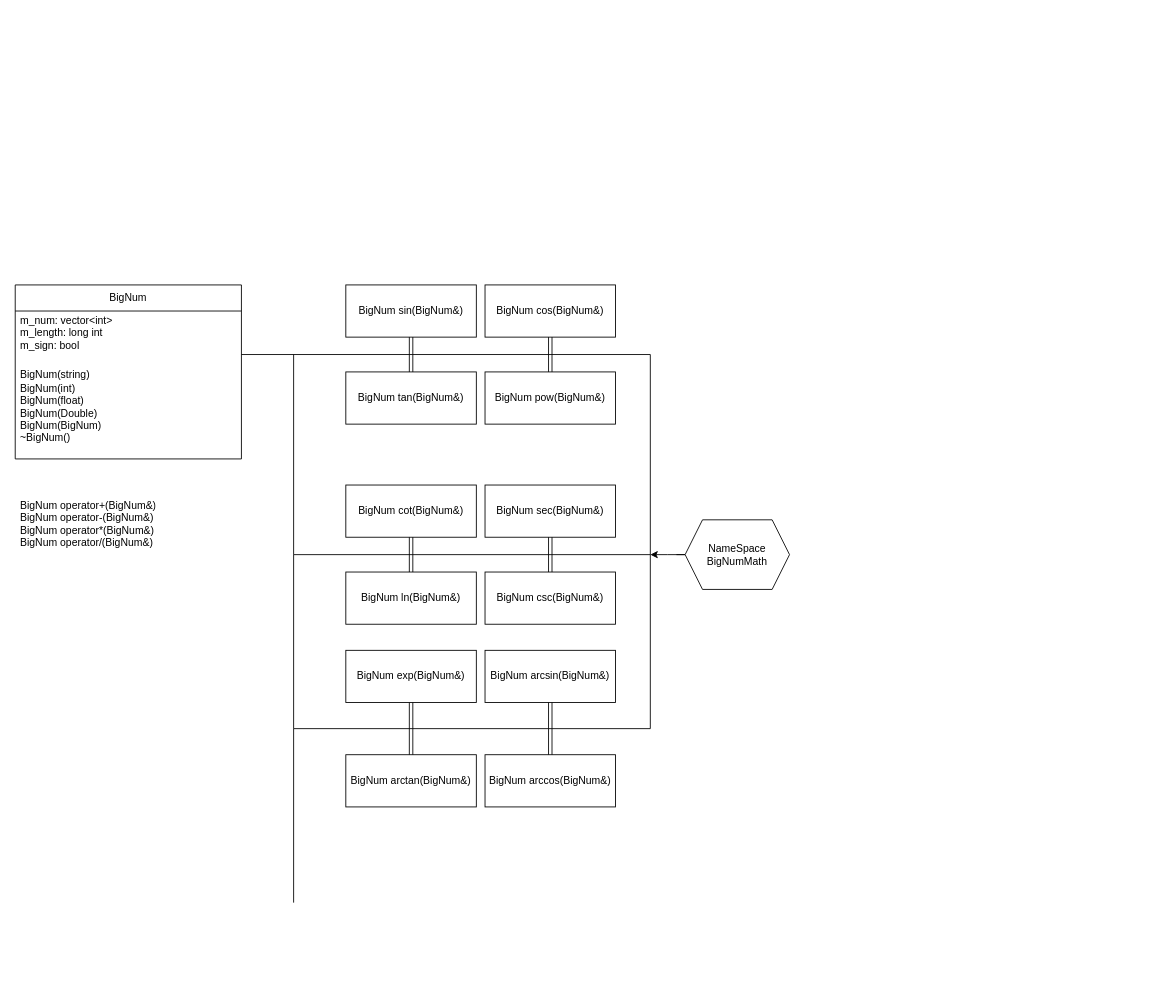
Above: calculator.drawio in Aersuy/Aersuy.github.io (draw.io), before the change. Source tidied: cells renumbered, new cells numbered last; positions are measured from the earlier drawing's top-left corner, leaving out a move shared by most shapes. Both pictures are drawn from the tidied source at 87%, with x=0, y=0 at pixel (15, 284).
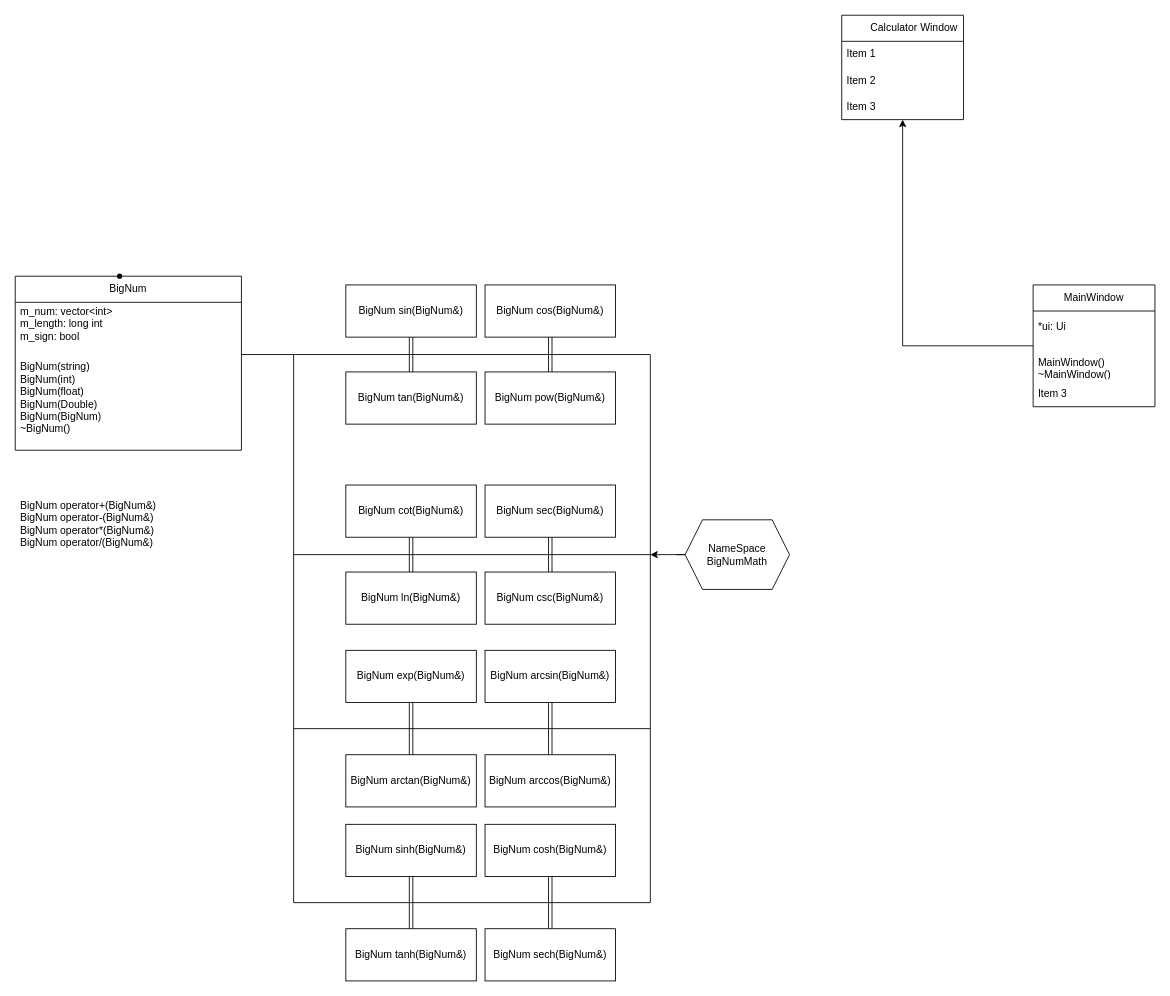
After the change.

Change to the diagram source:
```diff
@@
     <mxCell id="2" value="BigNum" style="swimlane;fontStyle=0;horizontal=1;startSize=30;whiteSpace=wrap;html=1;" parent="1" vertex="1">
-      <mxGeometry width="260" height="200" as="geometry" />
+      <mxGeometry y="-10" width="260" height="200" as="geometry" />
     </mxCell>
@@
+    <mxCell id="35" style="endArrow=none;html=1;rounded=0;" parent="1" edge="1">
+      <mxGeometry relative="1" as="geometry">
+        <mxPoint x="320" y="710" as="sourcePoint" />
+        <mxPoint x="730" y="710" as="targetPoint" />
+      </mxGeometry>
+    </mxCell>
+    <mxCell id="36" value="BigNum sinh(BigNum&amp;amp;)" style="rounded=0;whiteSpace=wrap;html=1;" parent="1" vertex="1">
+      <mxGeometry x="380" y="620" width="150" height="60" as="geometry" />
+    </mxCell>
+    <mxCell id="37" value="BigNum cosh(BigNum&amp;amp;)" style="rounded=0;whiteSpace=wrap;html=1;" parent="1" vertex="1">
+      <mxGeometry x="540" y="620" width="150" height="60" as="geometry" />
+    </mxCell>
+    <mxCell id="38" value="BigNum tanh(BigNum&amp;amp;)" style="rounded=0;whiteSpace=wrap;html=1;" parent="1" vertex="1">
+      <mxGeometry x="380" y="740" width="150" height="60" as="geometry" />
+    </mxCell>
+    <mxCell id="39" value="BigNum sech(BigNum&amp;amp;)" style="rounded=0;whiteSpace=wrap;html=1;" parent="1" vertex="1">
+      <mxGeometry x="540" y="740" width="150" height="60" as="geometry" />
+    </mxCell>
+    <mxCell id="40" style="shape=link;html=1;rounded=0;exitX=0.5;exitY=0;exitDx=0;exitDy=0;entryX=0.5;entryY=1;entryDx=0;entryDy=0;" parent="1" edge="1" source="38" target="36">
+      <mxGeometry relative="1" as="geometry" />
+    </mxCell>
+    <mxCell id="41" style="shape=link;html=1;rounded=0;entryX=0.5;entryY=0;entryDx=0;entryDy=0;exitX=0.5;exitY=1;exitDx=0;exitDy=0;" parent="1" edge="1" source="37" target="39">
+      <mxGeometry relative="1" as="geometry" />
+    </mxCell>
+    <mxCell id="42" style="endArrow=none;html=1;rounded=0;" parent="1" edge="1">
+      <mxGeometry relative="1" as="geometry">
+        <mxPoint x="730" y="510" as="sourcePoint" />
+        <mxPoint x="730" y="710" as="targetPoint" />
+      </mxGeometry>
+    </mxCell>
+    <mxCell id="43" style="edgeStyle=orthogonalEdgeStyle;rounded=0;jettySize=auto;html=1;" parent="1" edge="1" source="44" target="48">
+      <mxGeometry relative="1" as="geometry" />
+    </mxCell>
+    <mxCell id="44" value="MainWindow" style="swimlane;fontStyle=0;horizontal=1;startSize=30;whiteSpace=wrap;html=1;" parent="1" vertex="1">
+      <mxGeometry x="1170" width="140" height="140" as="geometry" />
+    </mxCell>
+    <mxCell id="45" value="&lt;div&gt;*ui: Ui&lt;br&gt;&lt;/div&gt;&lt;div&gt;&lt;br&gt;&lt;/div&gt;" style="text;strokeColor=none;fillColor=none;align=left;verticalAlign=middle;spacingLeft=4;spacingRight=4;overflow=hidden;whiteSpace=wrap;html=1;" parent="44" vertex="1">
+      <mxGeometry y="30" width="140" height="50" as="geometry" />
+    </mxCell>
+    <mxCell id="46" value="&lt;div&gt;MainWindow()&lt;/div&gt;&lt;div&gt;~MainWindow()&lt;br&gt;&lt;/div&gt;" style="text;strokeColor=none;fillColor=none;align=left;verticalAlign=middle;spacingLeft=4;spacingRight=4;overflow=hidden;whiteSpace=wrap;html=1;" parent="44" vertex="1">
+      <mxGeometry y="80" width="140" height="30" as="geometry" />
+    </mxCell>
+    <mxCell id="47" value="Item 3" style="text;strokeColor=none;fillColor=none;align=left;verticalAlign=middle;spacingLeft=4;spacingRight=4;overflow=hidden;whiteSpace=wrap;html=1;" parent="44" vertex="1">
+      <mxGeometry y="110" width="140" height="30" as="geometry" />
+    </mxCell>
+    <mxCell id="48" value="&lt;span style=&quot;white-space: pre;&quot;&gt;&#9;&lt;/span&gt;Calculator Window" style="swimlane;fontStyle=0;horizontal=1;startSize=30;whiteSpace=wrap;html=1;" parent="1" vertex="1">
+      <mxGeometry x="950" y="-310" width="140" height="120" as="geometry" />
+    </mxCell>
+    <mxCell id="49" value="Item 1" style="text;strokeColor=none;fillColor=none;align=left;verticalAlign=middle;spacingLeft=4;spacingRight=4;overflow=hidden;whiteSpace=wrap;html=1;" parent="48" vertex="1">
+      <mxGeometry y="30" width="140" height="30" as="geometry" />
+    </mxCell>
+    <mxCell id="50" value="Item 2" style="text;strokeColor=none;fillColor=none;align=left;verticalAlign=middle;spacingLeft=4;spacingRight=4;overflow=hidden;whiteSpace=wrap;html=1;" parent="48" vertex="1">
+      <mxGeometry y="60" width="140" height="30" as="geometry" />
+    </mxCell>
+    <mxCell id="51" value="Item 3" style="text;strokeColor=none;fillColor=none;align=left;verticalAlign=middle;spacingLeft=4;spacingRight=4;overflow=hidden;whiteSpace=wrap;html=1;" parent="48" vertex="1">
+      <mxGeometry y="90" width="140" height="30" as="geometry" />
+    </mxCell>
+    <mxCell id="52" style="shape=waypoint;sketch=0;size=6;fillColor=default;perimeter=centerPerimeter;fontStyle=0;startSize=30;" parent="1" vertex="1">
+      <mxGeometry x="110" y="-20" width="20" height="20" as="geometry" />
+    </mxCell>
```
